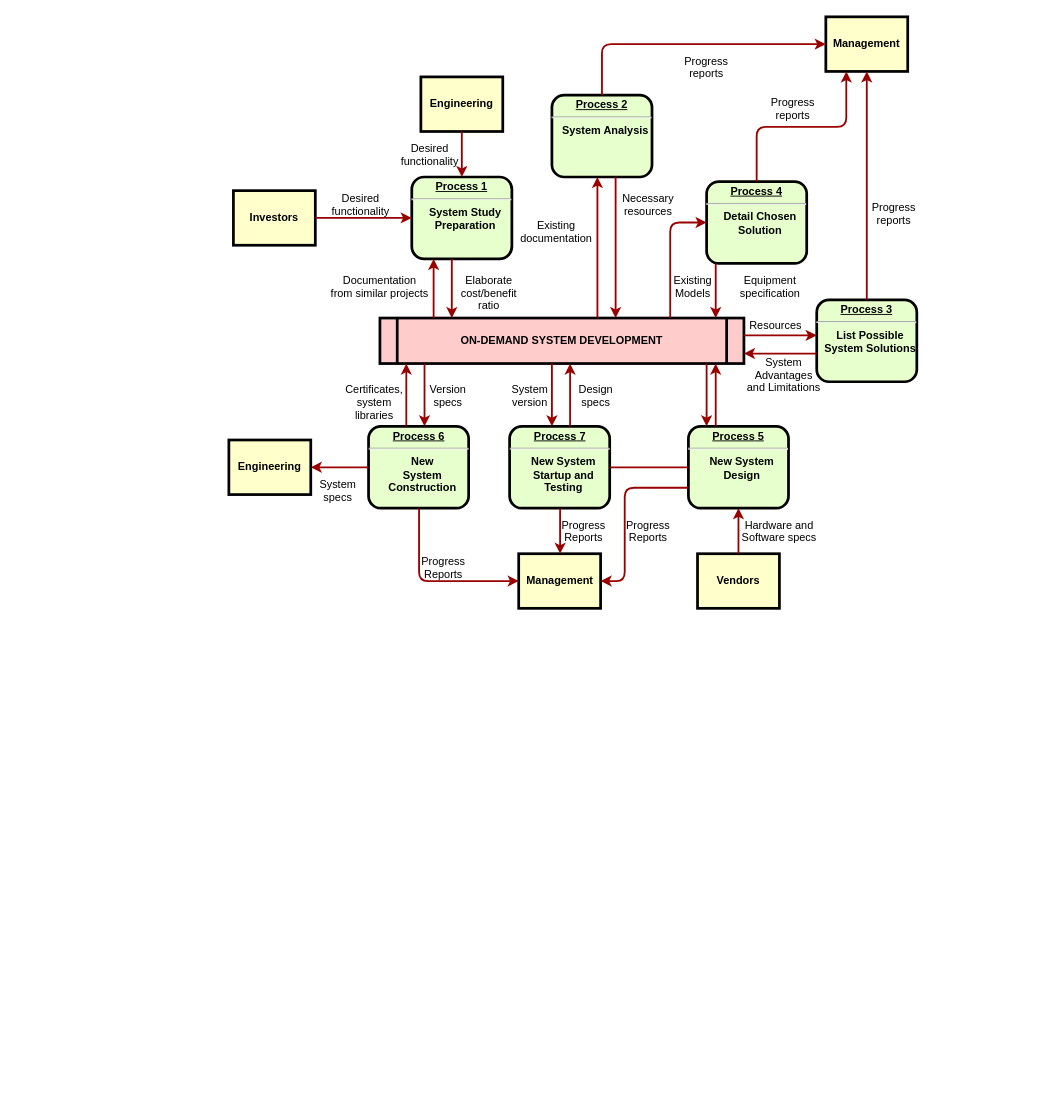
Above: Untitled Diagram.drawio in deadguy15/order (draw.io), before the change. Source tidied: cells renumbered, new cells numbered last; positions are measured from the earlier drawing's top-left corner, leaving out a move shared by most shapes. Both pictures are drawn from the tidied source at 91%, with x=0, y=0 at pixel (228, 16).
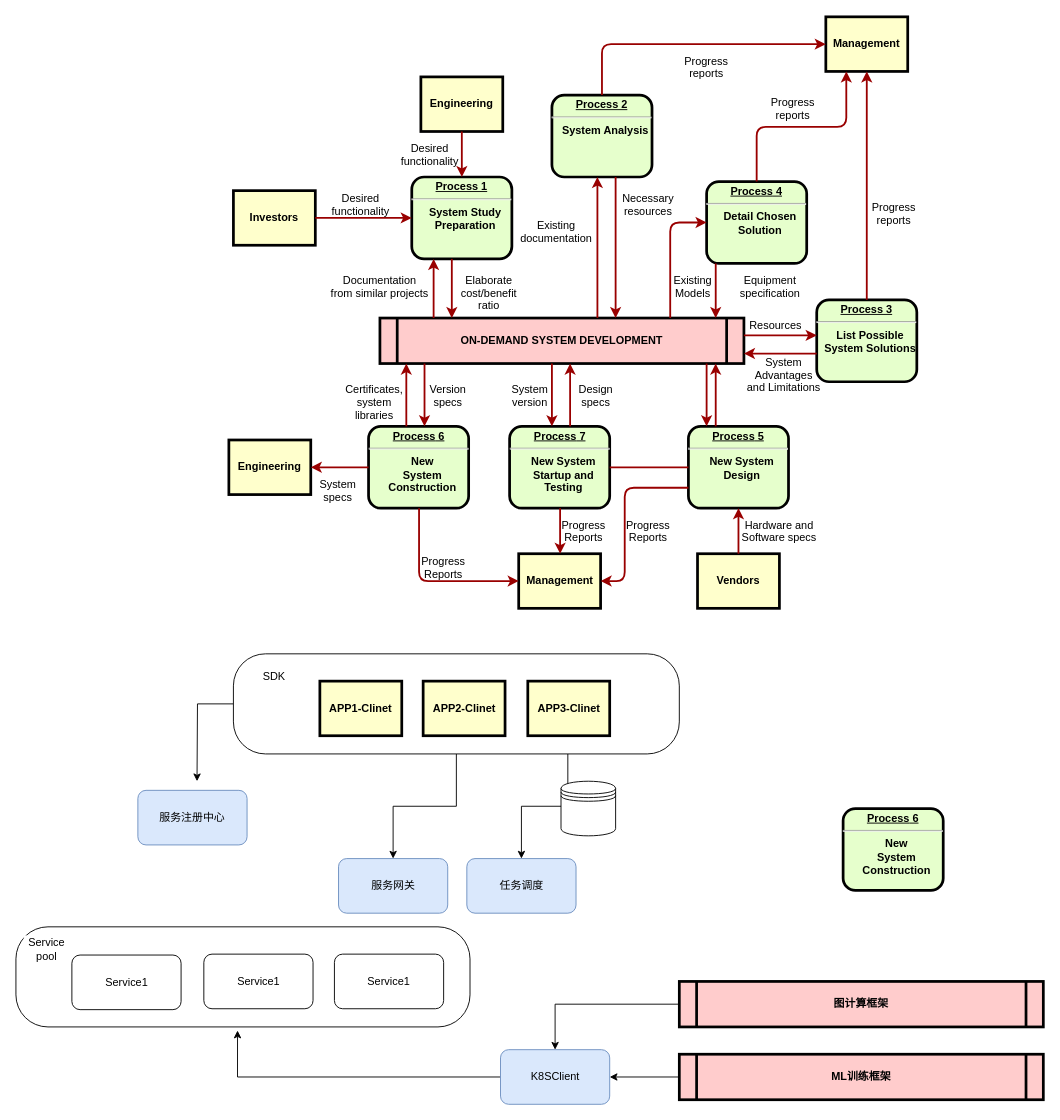
The same diagram, later.

The edit, as a diff of the source:
```diff
@@
+    <mxCell id="63" value="&lt;table&gt;&lt;tbody&gt;&lt;tr&gt;&lt;td&gt;&lt;br&gt;&lt;/td&gt;&lt;td&gt;&lt;br&gt;&lt;/td&gt;&lt;td&gt;&lt;br&gt;&lt;/td&gt;&lt;/tr&gt;&lt;tr&gt;&lt;td&gt;&lt;br&gt;&lt;/td&gt;&lt;td&gt;&lt;br&gt;&lt;/td&gt;&lt;td&gt;&lt;br&gt;&lt;/td&gt;&lt;/tr&gt;&lt;/tbody&gt;&lt;/table&gt;" style="rounded=1;whiteSpace=wrap;html=1;arcSize=32;" parent="1" vertex="1">
+      <mxGeometry x="-234" y="1000" width="499" height="110" as="geometry" />
+    </mxCell>
+    <mxCell id="64" style="edgeStyle=orthogonalEdgeStyle;rounded=0;jettySize=auto;html=1;" parent="1" edge="1" source="67">
+      <mxGeometry relative="1" as="geometry">
+        <mxPoint x="-35" y="840" as="targetPoint" />
+      </mxGeometry>
+    </mxCell>
+    <mxCell id="65" style="edgeStyle=orthogonalEdgeStyle;rounded=0;jettySize=auto;html=1;entryX=0.5;entryY=0;entryDx=0;entryDy=0;" parent="1" edge="1" source="67" target="78">
+      <mxGeometry relative="1" as="geometry" />
+    </mxCell>
+    <mxCell id="66" style="edgeStyle=orthogonalEdgeStyle;rounded=0;jettySize=auto;html=1;exitX=0.75;exitY=1;exitDx=0;exitDy=0;" parent="1" edge="1" source="67" target="74">
+      <mxGeometry relative="1" as="geometry" />
+    </mxCell>
+    <mxCell id="67" value="&lt;table&gt;&lt;tbody&gt;&lt;tr&gt;&lt;td&gt;&lt;br&gt;&lt;/td&gt;&lt;td&gt;&lt;br&gt;&lt;/td&gt;&lt;td&gt;&lt;br&gt;&lt;/td&gt;&lt;/tr&gt;&lt;tr&gt;&lt;td&gt;&lt;br&gt;&lt;/td&gt;&lt;td&gt;&lt;br&gt;&lt;/td&gt;&lt;td&gt;&lt;br&gt;&lt;/td&gt;&lt;/tr&gt;&lt;/tbody&gt;&lt;/table&gt;" style="rounded=1;whiteSpace=wrap;html=1;arcSize=32;" parent="1" vertex="1">
+      <mxGeometry x="5" y="700" width="490" height="110" as="geometry" />
+    </mxCell>
@@
+    <mxCell id="68" value="APP1-Clinet" style="whiteSpace=wrap;align=center;verticalAlign=middle;fontStyle=1;strokeWidth=3;fillColor=#FFFFCC;" parent="1" vertex="1">
+      <mxGeometry x="100" y="730" width="90" height="60" as="geometry" />
+    </mxCell>
+    <mxCell id="69" value="APP2-Clinet" style="whiteSpace=wrap;align=center;verticalAlign=middle;fontStyle=1;strokeWidth=3;fillColor=#FFFFCC;" parent="1" vertex="1">
+      <mxGeometry x="213.5" y="730" width="90" height="60" as="geometry" />
+    </mxCell>
+    <mxCell id="70" value="APP3-Clinet" style="whiteSpace=wrap;align=center;verticalAlign=middle;fontStyle=1;strokeWidth=3;fillColor=#FFFFCC;" parent="1" vertex="1">
+      <mxGeometry x="328.5" y="730" width="90" height="60" as="geometry" />
+    </mxCell>
+    <mxCell id="71" style="edgeStyle=orthogonalEdgeStyle;rounded=0;jettySize=auto;html=1;entryX=0.5;entryY=0;entryDx=0;entryDy=0;" parent="1" edge="1" source="72" target="85">
+      <mxGeometry relative="1" as="geometry" />
+    </mxCell>
+    <mxCell id="72" value="图计算框架" style="shape=process;whiteSpace=wrap;align=center;verticalAlign=middle;size=0.0475;fontStyle=1;strokeWidth=3;fillColor=#FFCCCC;" parent="1" vertex="1">
+      <mxGeometry x="495" y="1060" width="400" height="50" as="geometry" />
+    </mxCell>
+    <mxCell id="73" value="&lt;p style=&quot;margin: 0px; margin-top: 4px; text-align: center; text-decoration: underline;&quot;&gt;&lt;strong&gt;&lt;strong&gt;Process&lt;/strong&gt; 6&lt;br /&gt;&lt;/strong&gt;&lt;/p&gt;&lt;hr /&gt;&lt;p style=&quot;margin: 0px; margin-left: 8px;&quot;&gt;New&lt;/p&gt;&lt;p style=&quot;margin: 0px; margin-left: 8px;&quot;&gt;System&lt;/p&gt;&lt;p style=&quot;margin: 0px; margin-left: 8px;&quot;&gt;Construction&lt;/p&gt;" style="verticalAlign=middle;align=center;overflow=fill;fontSize=12;fontFamily=Helvetica;html=1;rounded=1;fontStyle=1;strokeWidth=3;fillColor=#E6FFCC;" parent="1" vertex="1">
+      <mxGeometry x="675" y="870" width="110" height="90" as="geometry" />
+    </mxCell>
+    <mxCell id="74" value="任务调度" style="rounded=1;whiteSpace=wrap;html=1;fillColor=#dae8fc;strokeColor=#6c8ebf;" parent="1" vertex="1">
+      <mxGeometry x="261.5" y="925" width="120" height="60" as="geometry" />
+    </mxCell>
+    <mxCell id="75" style="edgeStyle=orthogonalEdgeStyle;rounded=0;jettySize=auto;html=1;entryX=0.488;entryY=1.036;entryDx=0;entryDy=0;entryPerimeter=0;exitX=0;exitY=0.5;exitDx=0;exitDy=0;" parent="1" edge="1" source="85" target="63">
+      <mxGeometry relative="1" as="geometry" />
+    </mxCell>
+    <mxCell id="76" style="edgeStyle=orthogonalEdgeStyle;rounded=0;jettySize=auto;html=1;" parent="1" edge="1" source="77" target="85">
+      <mxGeometry relative="1" as="geometry" />
+    </mxCell>
+    <mxCell id="77" value="ML训练框架" style="shape=process;whiteSpace=wrap;align=center;verticalAlign=middle;size=0.0475;fontStyle=1;strokeWidth=3;fillColor=#FFCCCC;" parent="1" vertex="1">
+      <mxGeometry x="495" y="1140" width="400" height="50" as="geometry" />
+    </mxCell>
+    <mxCell id="78" value="服务网关" style="rounded=1;whiteSpace=wrap;html=1;fillColor=#dae8fc;strokeColor=#6c8ebf;" parent="1" vertex="1">
+      <mxGeometry x="120.5" y="925" width="120" height="60" as="geometry" />
+    </mxCell>
+    <mxCell id="79" value="服务注册中心" style="rounded=1;whiteSpace=wrap;html=1;fillColor=#dae8fc;strokeColor=#6c8ebf;" parent="1" vertex="1">
+      <mxGeometry x="-100" y="850" width="120" height="60" as="geometry" />
+    </mxCell>
+    <mxCell id="80" value="SDK" style="rounded=0;whiteSpace=wrap;html=1;strokeColor=#FFFFFF;" parent="1" vertex="1">
+      <mxGeometry x="25" y="710" width="50" height="30" as="geometry" />
+    </mxCell>
+    <mxCell id="81" value="Service1" style="rounded=1;whiteSpace=wrap;html=1;strokeWidth=1;" parent="1" vertex="1">
+      <mxGeometry x="-172.5" y="1031" width="120" height="60" as="geometry" />
+    </mxCell>
+    <mxCell id="82" value="Service1" style="rounded=1;whiteSpace=wrap;html=1;strokeWidth=1;" parent="1" vertex="1">
+      <mxGeometry x="-27.5" y="1030" width="120" height="60" as="geometry" />
+    </mxCell>
+    <mxCell id="83" value="Service1" style="rounded=1;whiteSpace=wrap;html=1;strokeWidth=1;" parent="1" vertex="1">
+      <mxGeometry x="116" y="1030" width="120" height="60" as="geometry" />
+    </mxCell>
+    <mxCell id="84" value="Service pool" style="rounded=0;whiteSpace=wrap;html=1;strokeColor=#FFFFFF;" parent="1" vertex="1">
+      <mxGeometry x="-225" y="1010" width="50" height="30" as="geometry" />
+    </mxCell>
+    <mxCell id="85" value="K8SClient" style="rounded=1;whiteSpace=wrap;html=1;fillColor=#dae8fc;strokeColor=#6c8ebf;" parent="1" vertex="1">
+      <mxGeometry x="298.5" y="1135" width="120" height="60" as="geometry" />
+    </mxCell>
+    <mxCell id="86" style="shape=datastore;whiteSpace=wrap;html=1;rounded=1;strokeColor=#000000;strokeWidth=1;" parent="1" vertex="1">
+      <mxGeometry x="365" y="840" width="60" height="60" as="geometry" />
+    </mxCell>
```
